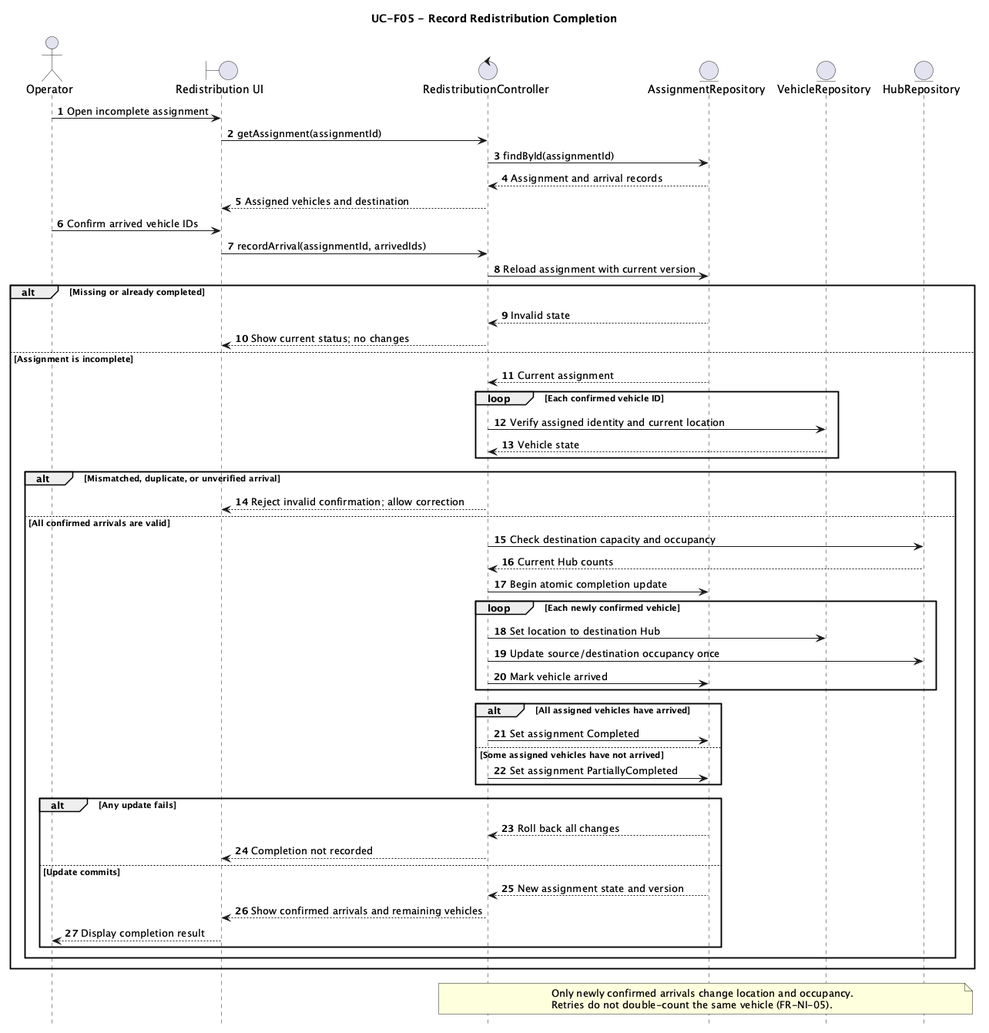
The PlantUML diagram docs/submission-2/sequence-diagrams/operator-fleet-incident/SD_RecordRedistributionComplete.png in thanhpham1108/smart-e-mobility-hub, before a commit. The source it was exported from:
```plantuml
@startuml SD_RecordRedistributionComplete
title UC-F05 - Record Redistribution Completion
hide footbox
autonumber
actor Operator
boundary "Redistribution UI" as UI
control "RedistributionController" as C
entity "AssignmentRepository" as A
entity "VehicleRepository" as V
entity "HubRepository" as H

Operator -> UI: Open incomplete assignment
UI -> C: getAssignment(assignmentId)
C -> A: findById(assignmentId)
A --> C: Assignment and arrival records
C --> UI: Assigned vehicles and destination
Operator -> UI: Confirm arrived vehicle IDs
UI -> C: recordArrival(assignmentId, arrivedIds)
C -> A: Reload assignment with current version
alt Missing or already completed
  A --> C: Invalid state
  C --> UI: Show current status; no changes
else Assignment is incomplete
  A --> C: Current assignment
  loop Each confirmed vehicle ID
    C -> V: Verify assigned identity and current location
    V --> C: Vehicle state
  end
  alt Mismatched, duplicate, or unverified arrival
    C --> UI: Reject invalid confirmation; allow correction
  else All confirmed arrivals are valid
    C -> H: Check destination capacity and occupancy
    H --> C: Current Hub counts
    C -> A: Begin atomic completion update
    loop Each newly confirmed vehicle
      C -> V: Set location to destination Hub
      C -> H: Update source/destination occupancy once
      C -> A: Mark vehicle arrived
    end
    alt All assigned vehicles have arrived
      C -> A: Set assignment Completed
    else Some assigned vehicles have not arrived
      C -> A: Set assignment PartiallyCompleted
    end
    alt Any update fails
      A --> C: Roll back all changes
      C --> UI: Completion not recorded
    else Update commits
      A --> C: New assignment state and version
      C --> UI: Show confirmed arrivals and remaining vehicles
      UI --> Operator: Display completion result
    end
  end
end
note over C,H
Only newly confirmed arrivals change location and occupancy.
Retries do not double-count the same vehicle (FR-NI-05).
end note
@enduml
```
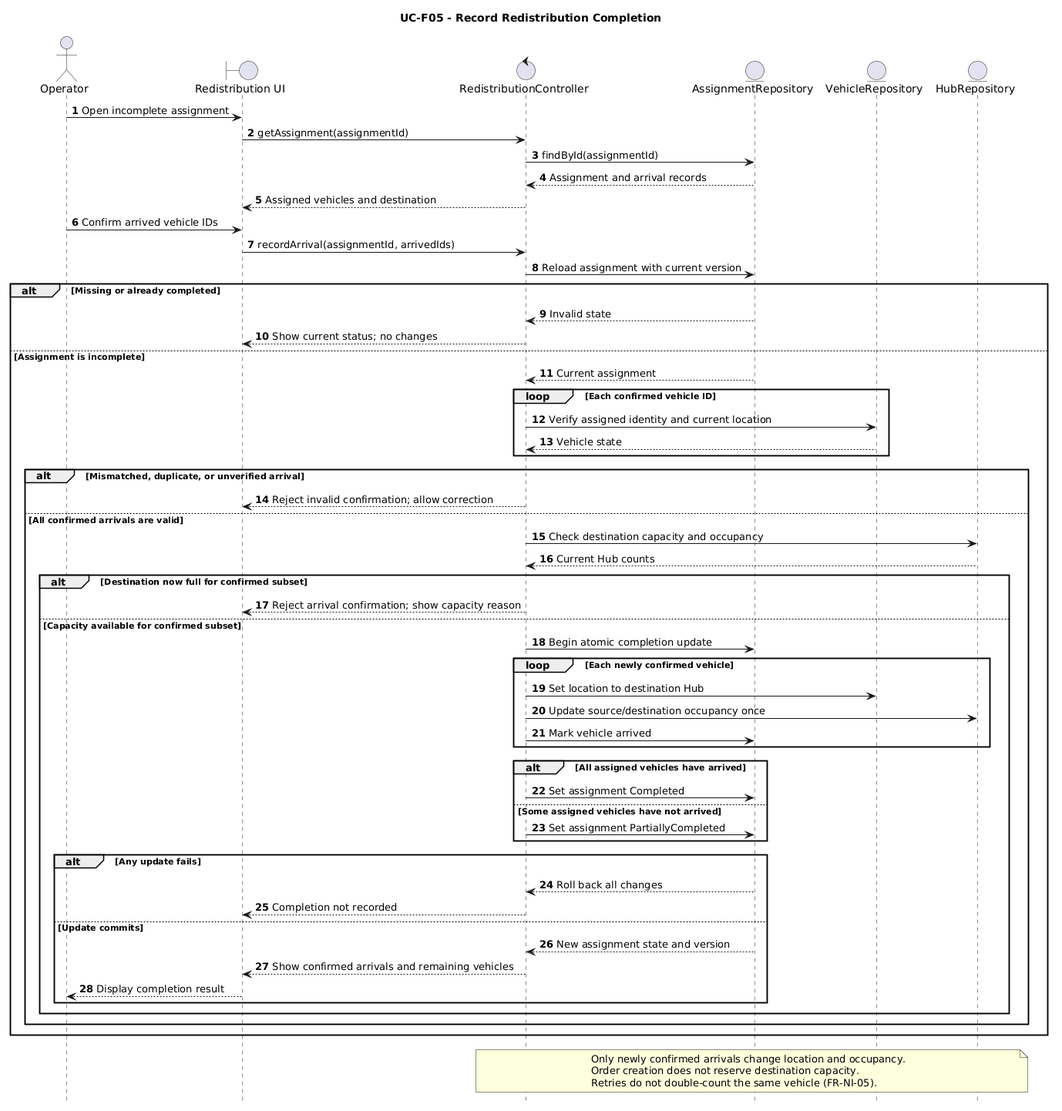
After the commit.

Diff of the diagram source:
```diff
@@ -1,4 +1,4 @@
-@startuml SD_RecordRedistributionComplete
+@startuml
 title UC-F05 - Record Redistribution Completion
 hide footbox
 autonumber
@@ -31,29 +31,34 @@
   else All confirmed arrivals are valid
     C -> H: Check destination capacity and occupancy
     H --> C: Current Hub counts
-    C -> A: Begin atomic completion update
-    loop Each newly confirmed vehicle
-      C -> V: Set location to destination Hub
-      C -> H: Update source/destination occupancy once
-      C -> A: Mark vehicle arrived
-    end
-    alt All assigned vehicles have arrived
-      C -> A: Set assignment Completed
-    else Some assigned vehicles have not arrived
-      C -> A: Set assignment PartiallyCompleted
-    end
-    alt Any update fails
-      A --> C: Roll back all changes
-      C --> UI: Completion not recorded
-    else Update commits
-      A --> C: New assignment state and version
-      C --> UI: Show confirmed arrivals and remaining vehicles
-      UI --> Operator: Display completion result
+    alt Destination now full for confirmed subset
+      C --> UI: Reject arrival confirmation; show capacity reason
+    else Capacity available for confirmed subset
+      C -> A: Begin atomic completion update
+      loop Each newly confirmed vehicle
+        C -> V: Set location to destination Hub
+        C -> H: Update source/destination occupancy once
+        C -> A: Mark vehicle arrived
+      end
+      alt All assigned vehicles have arrived
+        C -> A: Set assignment Completed
+      else Some assigned vehicles have not arrived
+        C -> A: Set assignment PartiallyCompleted
+      end
+      alt Any update fails
+        A --> C: Roll back all changes
+        C --> UI: Completion not recorded
+      else Update commits
+        A --> C: New assignment state and version
+        C --> UI: Show confirmed arrivals and remaining vehicles
+        UI --> Operator: Display completion result
+      end
     end
   end
 end
 note over C,H
 Only newly confirmed arrivals change location and occupancy.
+Order creation does not reserve destination capacity.
 Retries do not double-count the same vehicle (FR-NI-05).
 end note
 @enduml
```
